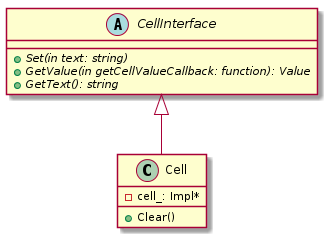
kazarynau/YandexPraktikumFinal keeps this PlantUML diagram as uml/png/cell.png. Above is the earlier version.
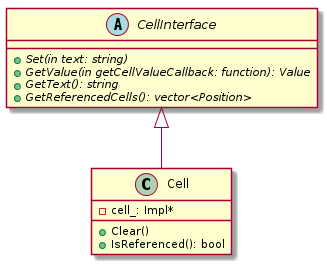
Later version of the same file.

The edit, as a diff of the source:
```diff
@@ -4,10 +4,12 @@
     +{abstract} Set(in text: string)
     +{abstract} GetValue(in getCellValueCallback: function): Value
     +{abstract} GetText(): string
+    +{abstract} GetReferencedCells(): vector<Position>
 }
 
 class Cell {
     +Clear()
+    +IsReferenced(): bool
     -cell_: Impl*
 }
 
```
